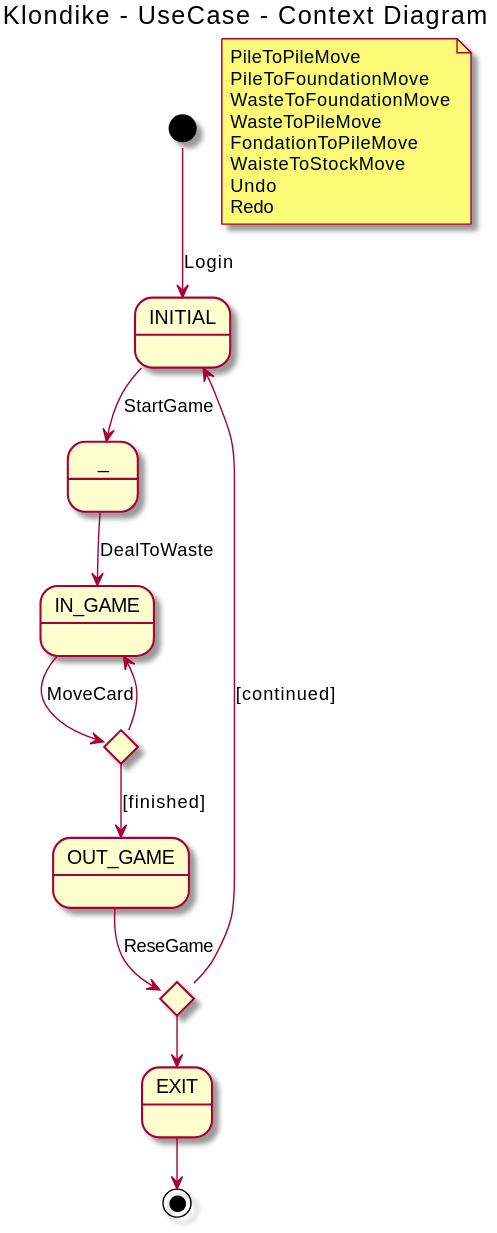
Earlier version of the PlantUML export out/2 Modelo de vistas de caso de uso/Diagrama de relacion de Casos de Uso/UseCaseContextDiagram.svg (AngelOS95P/Maestria_IngSoftware_grupo6). Its diagram source:
```plantuml
@startuml UseCaseContextDiagram
!pragma layout smetana
title Klondike  - UseCase - Context Diagram

state INITIAL
state _
state IN_GAME
state OUT_GAME
state EXIT
state if_finished <<choice>>
state if_resumed <<choice>>


note "PileToPileMove\nPileToFoundationMove\nWasteToFoundationMove\nWasteToPileMove\nFondationToPileMove\nWaisteToStockMove\nUndo\nRedo" as PNote


[*] --> INITIAL: Login

INITIAL --> _: StartGame
_ --> IN_GAME: DealToWaste
IN_GAME --> if_finished: MoveCard
if_finished --> IN_GAME
if_finished --> OUT_GAME: [finished]
OUT_GAME --> if_resumed: ReseGame
if_resumed --> INITIAL: [continued]
if_resumed --> EXIT
EXIT --> [*]


@enduml
```
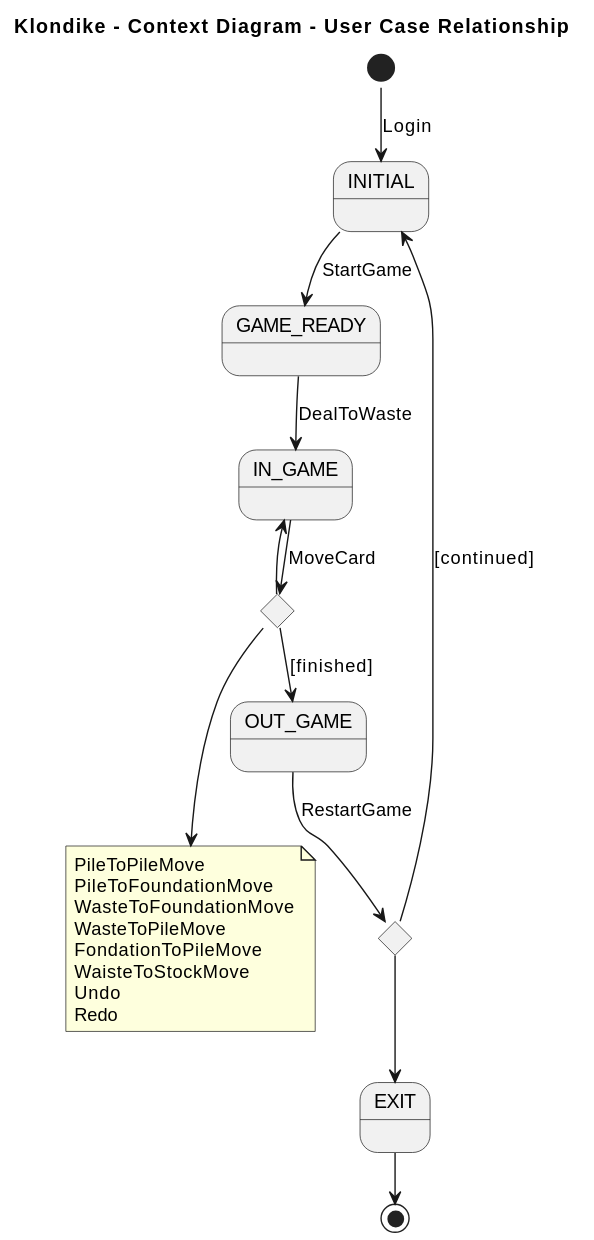
After the commit.

What changed in the source:
```diff
@@ -1,30 +1,27 @@
 @startuml UseCaseContextDiagram
 !pragma layout smetana
-title Klondike  - UseCase - Context Diagram
+title Klondike  - Context Diagram - User Case Relationship
 
 state INITIAL
-state _
+state GAME_READY
 state IN_GAME
 state OUT_GAME
 state EXIT
 state if_finished <<choice>>
 state if_resumed <<choice>>
 
-
 note "PileToPileMove\nPileToFoundationMove\nWasteToFoundationMove\nWasteToPileMove\nFondationToPileMove\nWaisteToStockMove\nUndo\nRedo" as PNote
 
-
+if_finished ---> PNote
 [*] --> INITIAL: Login
-
-INITIAL --> _: StartGame
-_ --> IN_GAME: DealToWaste
+INITIAL --> GAME_READY: StartGame
+GAME_READY--> IN_GAME: DealToWaste
 IN_GAME --> if_finished: MoveCard
 if_finished --> IN_GAME
 if_finished --> OUT_GAME: [finished]
-OUT_GAME --> if_resumed: ReseGame
+OUT_GAME --> if_resumed: RestartGame
 if_resumed --> INITIAL: [continued]
 if_resumed --> EXIT
 EXIT --> [*]
 
-
 @enduml
```
